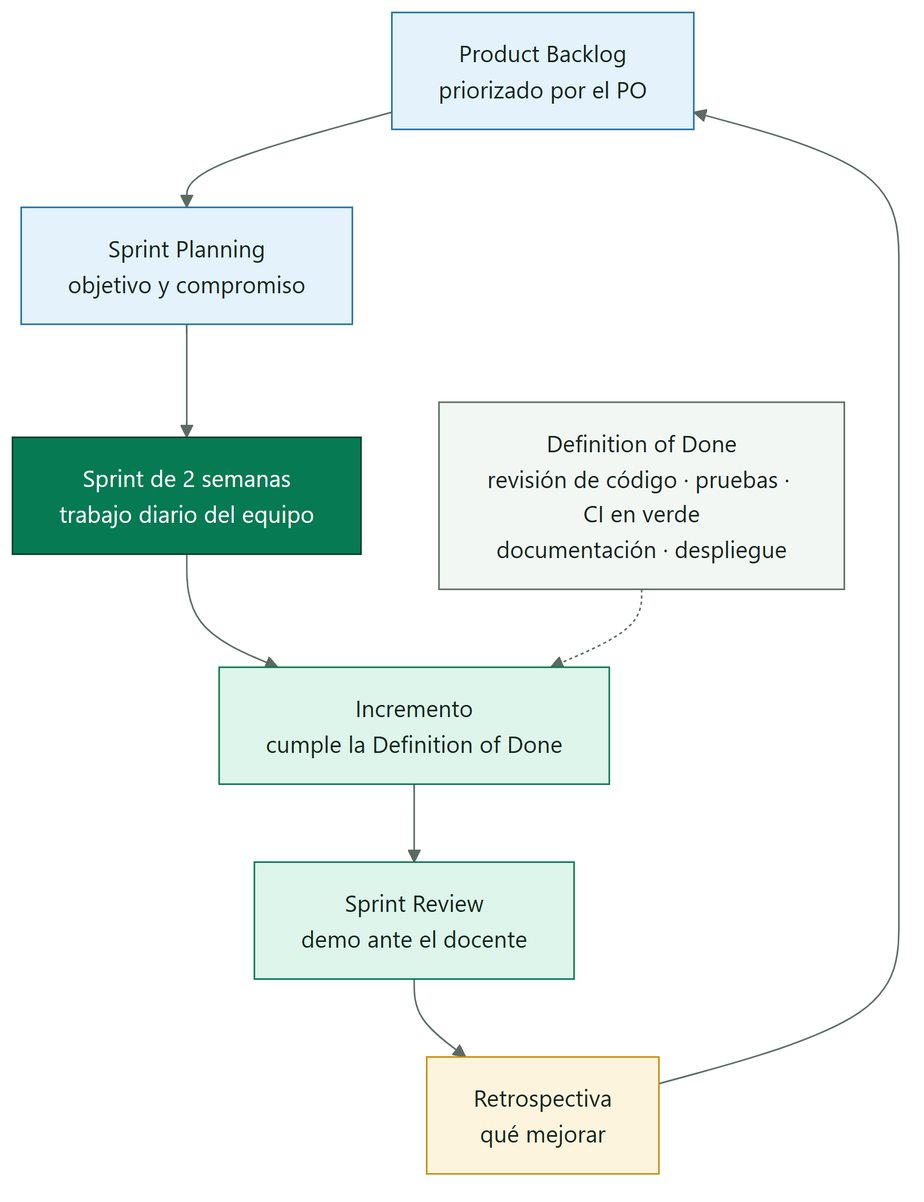
This is docs/diagrams/SmartPot_24_Scrum_Cycle.png from SmartPotTech/.github, a Mermaid export, as it was before one commit. Its source is kept beside it as docs/diagrams/SmartPot_24_Scrum_Cycle.mmd. The source it was exported from:
```mermaid
%%{init: {"theme": "base", "fontFamily": "Segoe UI, Arial, sans-serif", "themeVariables": {"fontFamily": "Segoe UI, Arial, sans-serif", "fontSize": "15px", "primaryColor": "#DDF5EA", "primaryTextColor": "#17261F", "primaryBorderColor": "#067A52", "secondaryColor": "#E3F2FB", "secondaryTextColor": "#17261F", "secondaryBorderColor": "#1F6FA0", "tertiaryColor": "#F2F7F4", "tertiaryTextColor": "#17261F", "tertiaryBorderColor": "#D5E3DC", "lineColor": "#5B6B63", "textColor": "#17261F", "mainBkg": "#DDF5EA", "nodeBorder": "#067A52", "clusterBkg": "#F7FAF8", "clusterBorder": "#D5E3DC", "edgeLabelBackground": "#FFFFFF", "actorBkg": "#067A52", "actorBorder": "#0B3D2B", "actorTextColor": "#FFFFFF", "actorLineColor": "#5B6B63", "signalColor": "#17261F", "signalTextColor": "#17261F", "labelBoxBkgColor": "#0B3D2B", "labelBoxBorderColor": "#0B3D2B", "labelTextColor": "#FFFFFF", "loopTextColor": "#0B3D2B", "noteBkgColor": "#FDF4DD", "noteBorderColor": "#C98D12", "noteTextColor": "#17261F", "activationBkgColor": "#DDF5EA", "activationBorderColor": "#067A52", "attributeBackgroundColorOdd": "#FFFFFF", "attributeBackgroundColorEven": "#F2F7F4"}}}%%
flowchart TB
  backlog["Product Backlog<br/>priorizado por el PO"] --> planning["Sprint Planning<br/>objetivo y compromiso"]
  planning --> sprint["Sprint de 2 semanas<br/>trabajo diario del equipo"]
  sprint --> incremento["Incremento<br/>cumple la Definition of Done"]
  incremento --> review["Sprint Review<br/>demo ante el docente"]
  review --> retro["Retrospectiva<br/>qué mejorar"]
  retro --> backlog
  dod["Definition of Done<br/>revisión de código · pruebas · CI en verde<br/>documentación · despliegue"] -.-> incremento
  classDef leaf fill:#DDF5EA,stroke:#067A52,color:#17261F
  classDef water fill:#E3F2FB,stroke:#1F6FA0,color:#17261F
  classDef sun fill:#FDF4DD,stroke:#C98D12,color:#17261F
  classDef clay fill:#FBE9E1,stroke:#B85A38,color:#17261F
  classDef core fill:#067A52,stroke:#0B3D2B,color:#FFFFFF
  classDef deep fill:#0B3D2B,stroke:#06281C,color:#FFFFFF
  classDef muted fill:#F2F7F4,stroke:#5B6B63,color:#17261F
  class backlog,planning water
  class sprint core
  class incremento,review leaf
  class retro sun
  class dod muted
```
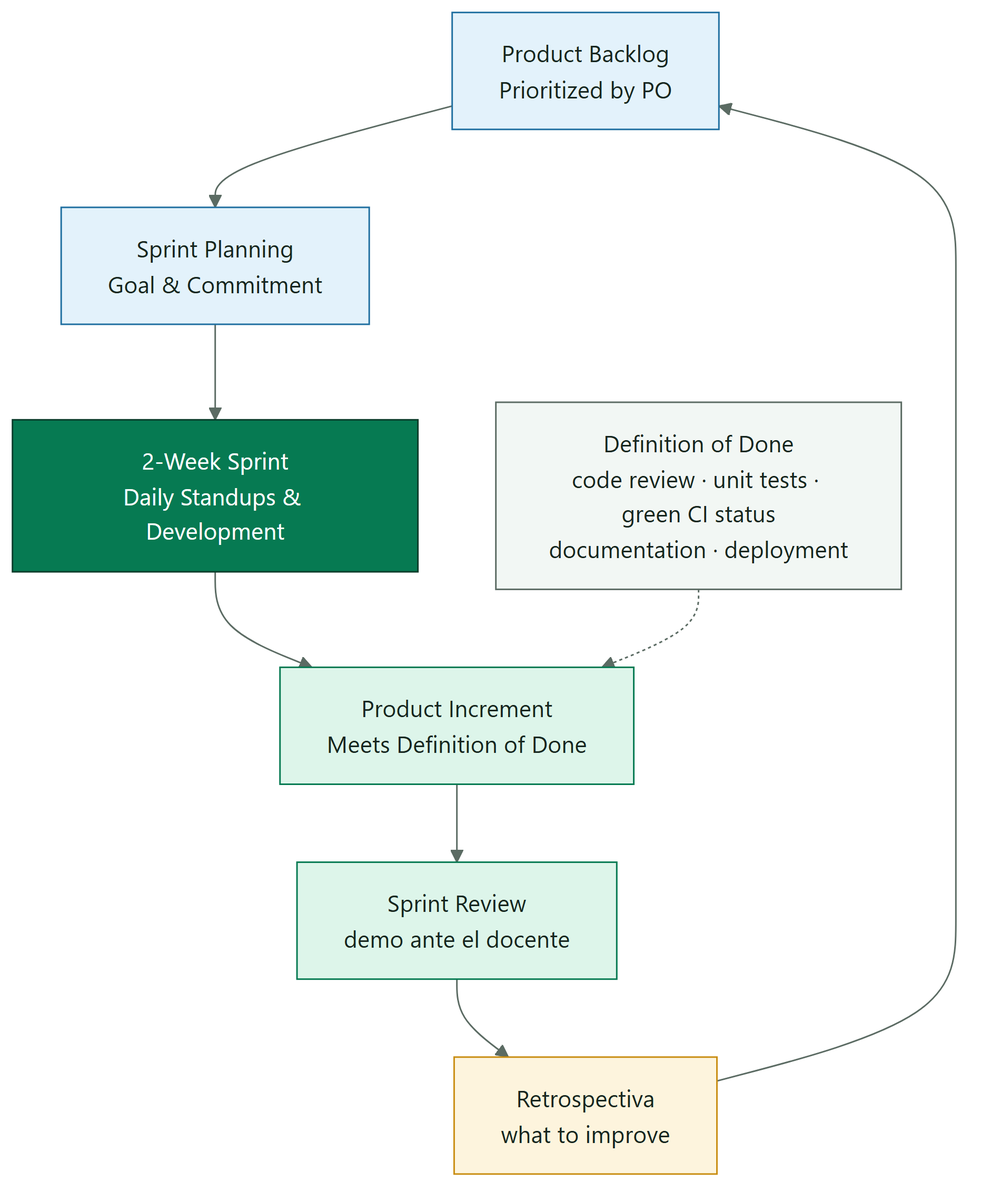
The same diagram one commit later.

Change to the diagram source:
```diff
@@ -1,12 +1,12 @@
 %%{init: {"theme": "base", "fontFamily": "Segoe UI, Arial, sans-serif", "themeVariables": {"fontFamily": "Segoe UI, Arial, sans-serif", "fontSize": "15px", "primaryColor": "#DDF5EA", "primaryTextColor": "#17261F", "primaryBorderColor": "#067A52", "secondaryColor": "#E3F2FB", "secondaryTextColor": "#17261F", "secondaryBorderColor": "#1F6FA0", "tertiaryColor": "#F2F7F4", "tertiaryTextColor": "#17261F", "tertiaryBorderColor": "#D5E3DC", "lineColor": "#5B6B63", "textColor": "#17261F", "mainBkg": "#DDF5EA", "nodeBorder": "#067A52", "clusterBkg": "#F7FAF8", "clusterBorder": "#D5E3DC", "edgeLabelBackground": "#FFFFFF", "actorBkg": "#067A52", "actorBorder": "#0B3D2B", "actorTextColor": "#FFFFFF", "actorLineColor": "#5B6B63", "signalColor": "#17261F", "signalTextColor": "#17261F", "labelBoxBkgColor": "#0B3D2B", "labelBoxBorderColor": "#0B3D2B", "labelTextColor": "#FFFFFF", "loopTextColor": "#0B3D2B", "noteBkgColor": "#FDF4DD", "noteBorderColor": "#C98D12", "noteTextColor": "#17261F", "activationBkgColor": "#DDF5EA", "activationBorderColor": "#067A52", "attributeBackgroundColorOdd": "#FFFFFF", "attributeBackgroundColorEven": "#F2F7F4"}}}%%
 flowchart TB
-  backlog["Product Backlog<br/>priorizado por el PO"] --> planning["Sprint Planning<br/>objetivo y compromiso"]
-  planning --> sprint["Sprint de 2 semanas<br/>trabajo diario del equipo"]
-  sprint --> incremento["Incremento<br/>cumple la Definition of Done"]
+  backlog["Product Backlog<br/>Prioritized by PO"] --> planning["Sprint Planning<br/>Goal & Commitment"]
+  planning --> sprint["2-Week Sprint<br/>Daily Standups & Development"]
+  sprint --> incremento["Product Increment<br/>Meets Definition of Done"]
   incremento --> review["Sprint Review<br/>demo ante el docente"]
-  review --> retro["Retrospectiva<br/>qué mejorar"]
+  review --> retro["Retrospectiva<br/>what to improve"]
   retro --> backlog
-  dod["Definition of Done<br/>revisión de código · pruebas · CI en verde<br/>documentación · despliegue"] -.-> incremento
+  dod["Definition of Done<br/>code review · unit tests · green CI status<br/>documentation · deployment"] -.-> incremento
   classDef leaf fill:#DDF5EA,stroke:#067A52,color:#17261F
   classDef water fill:#E3F2FB,stroke:#1F6FA0,color:#17261F
   classDef sun fill:#FDF4DD,stroke:#C98D12,color:#17261F
```
